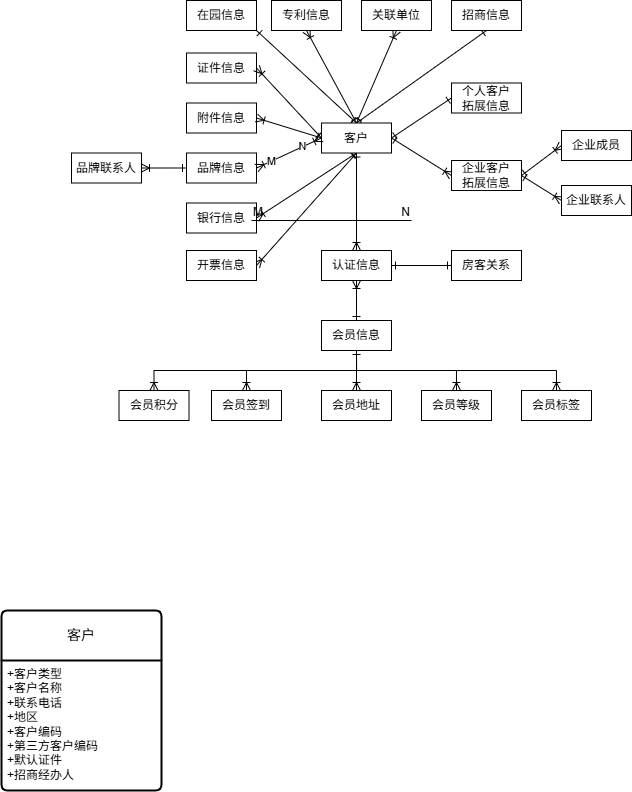
Earlier version of the draw.io export 云模方/v1.8客户关系.drawio.png (qilaohan/iodraw-files). Source tidied: cells renumbered, new cells last; positions are measured from the earlier drawing's top-left corner, leaving out a move shared by most shapes.
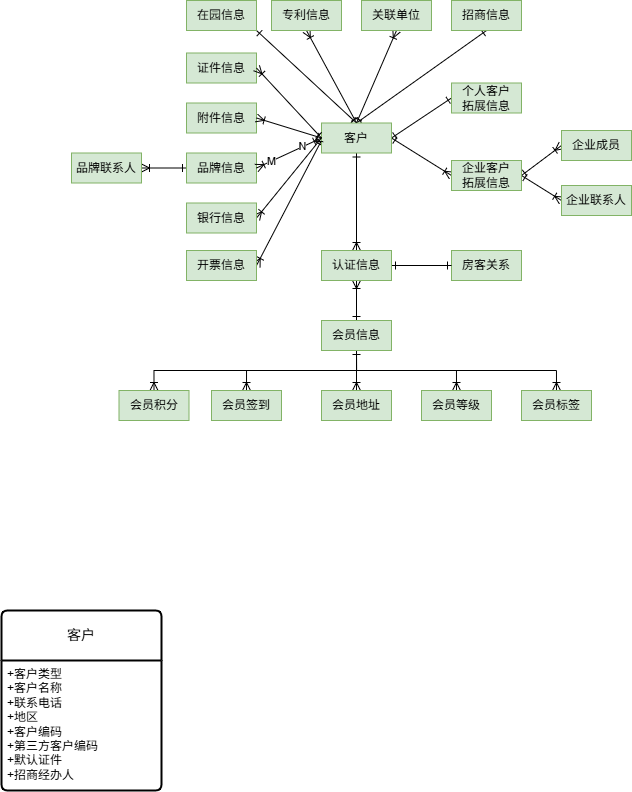
After the commit.

Commit message:
更新v1.8客户关系.drawio.png

Diff of the diagram source:
```diff
@@ -5,11 +5,13 @@
     <mxCell id="2" style="rounded=0;jettySize=auto;html=1;exitX=1;exitY=0.5;exitDx=0;exitDy=0;entryX=0;entryY=0.5;entryDx=0;entryDy=0;startArrow=ERone;startFill=0;endArrow=ERone;endFill=0;" parent="1" edge="1" source="10" target="11">
       <mxGeometry relative="1" as="geometry" />
     </mxCell>
-    <mxCell id="3" style="rounded=0;jettySize=auto;html=1;exitX=0.5;exitY=1;exitDx=0;exitDy=0;entryX=1;entryY=0.5;entryDx=0;entryDy=0;startArrow=ERone;startFill=0;endArrow=ERoneToMany;endFill=0;" parent="1" edge="1" source="10" target="27">
+    <mxCell id="3" style="rounded=0;jettySize=auto;html=1;entryX=1;entryY=0.5;entryDx=0;entryDy=0;startArrow=ERone;startFill=0;endArrow=ERoneToMany;endFill=0;exitX=0;exitY=0.5;exitDx=0;exitDy=0;" parent="1" edge="1" source="10" target="27">
       <mxGeometry relative="1" as="geometry" />
     </mxCell>
-    <mxCell id="4" style="rounded=0;jettySize=auto;html=1;exitX=0.5;exitY=1;exitDx=0;exitDy=0;entryX=1;entryY=0.5;entryDx=0;entryDy=0;startArrow=ERone;startFill=0;endArrow=ERoneToMany;endFill=0;" parent="1" edge="1" source="10" target="28">
-      <mxGeometry relative="1" as="geometry" />
+    <mxCell id="4" style="rounded=0;jettySize=auto;html=1;entryX=1;entryY=0.5;entryDx=0;entryDy=0;startArrow=ERone;startFill=0;endArrow=ERoneToMany;endFill=0;" parent="1" edge="1" target="28">
+      <mxGeometry relative="1" as="geometry">
+        <mxPoint x="320" y="140" as="sourcePoint" />
+      </mxGeometry>
     </mxCell>
     <mxCell id="5" style="rounded=0;jettySize=auto;html=1;exitX=0.5;exitY=0;exitDx=0;exitDy=0;entryX=1;entryY=1;entryDx=0;entryDy=0;startArrow=ERone;startFill=0;endArrow=ERone;endFill=0;" parent="1" edge="1" source="10" target="30">
       <mxGeometry relative="1" as="geometry" />
@@ -26,10 +28,10 @@
     <mxCell id="9" style="edgeStyle=orthogonalEdgeStyle;rounded=0;jettySize=auto;html=1;exitX=0.5;exitY=1;exitDx=0;exitDy=0;entryX=0.5;entryY=0;entryDx=0;entryDy=0;startArrow=ERone;startFill=0;endArrow=ERoneToMany;endFill=0;" parent="1" edge="1" source="10" target="49">
       <mxGeometry relative="1" as="geometry" />
     </mxCell>
-    <mxCell id="10" value="客户" style="whiteSpace=wrap;html=1;align=center;" parent="1" vertex="1">
+    <mxCell id="10" value="客户" style="whiteSpace=wrap;html=1;align=center;fillColor=#d5e8d4;strokeColor=#82b366;" parent="1" vertex="1">
       <mxGeometry x="320" y="122.5" width="70" height="30" as="geometry" />
     </mxCell>
-    <mxCell id="11" value="个人客户&lt;div&gt;拓展信息&lt;/div&gt;" style="whiteSpace=wrap;html=1;align=center;" parent="1" vertex="1">
+    <mxCell id="11" value="个人客户&lt;div&gt;拓展信息&lt;/div&gt;" style="whiteSpace=wrap;html=1;align=center;fillColor=#d5e8d4;strokeColor=#82b366;" parent="1" vertex="1">
       <mxGeometry x="450" y="82.5" width="70" height="30" as="geometry" />
     </mxCell>
     <mxCell id="12" style="rounded=0;jettySize=auto;html=1;exitX=1;exitY=0.5;exitDx=0;exitDy=0;entryX=0;entryY=0.5;entryDx=0;entryDy=0;startArrow=ERone;startFill=0;endArrow=ERoneToMany;endFill=0;" parent="1" edge="1" source="14" target="26">
@@ -38,19 +40,19 @@
     <mxCell id="13" style="rounded=0;jettySize=auto;html=1;exitX=1;exitY=0.5;exitDx=0;exitDy=0;entryX=0;entryY=0.5;entryDx=0;entryDy=0;startArrow=ERone;startFill=0;endArrow=ERoneToMany;endFill=0;" parent="1" edge="1" source="14" target="29">
       <mxGeometry relative="1" as="geometry" />
     </mxCell>
-    <mxCell id="14" value="企业客户&lt;div&gt;拓展信息&lt;/div&gt;" style="whiteSpace=wrap;html=1;align=center;" parent="1" vertex="1">
+    <mxCell id="14" value="企业客户&lt;div&gt;拓展信息&lt;/div&gt;" style="whiteSpace=wrap;html=1;align=center;fillColor=#d5e8d4;strokeColor=#82b366;" parent="1" vertex="1">
       <mxGeometry x="450" y="160" width="70" height="30" as="geometry" />
     </mxCell>
     <mxCell id="15" style="edgeStyle=orthogonalEdgeStyle;rounded=0;jettySize=auto;html=1;exitX=0;exitY=0.5;exitDx=0;exitDy=0;entryX=1;entryY=0.5;entryDx=0;entryDy=0;startArrow=ERone;startFill=0;endArrow=ERoneToMany;endFill=0;" parent="1" edge="1" source="16" target="33">
       <mxGeometry relative="1" as="geometry" />
     </mxCell>
-    <mxCell id="16" value="品牌信息" style="whiteSpace=wrap;html=1;align=center;" parent="1" vertex="1">
+    <mxCell id="16" value="品牌信息" style="whiteSpace=wrap;html=1;align=center;fillColor=#d5e8d4;strokeColor=#82b366;" parent="1" vertex="1">
       <mxGeometry x="185" y="152.5" width="70" height="30" as="geometry" />
     </mxCell>
-    <mxCell id="17" value="证件信息" style="whiteSpace=wrap;html=1;align=center;" parent="1" vertex="1">
+    <mxCell id="17" value="证件信息" style="whiteSpace=wrap;html=1;align=center;fillColor=#d5e8d4;strokeColor=#82b366;" parent="1" vertex="1">
       <mxGeometry x="185" y="52.5" width="70" height="30" as="geometry" />
     </mxCell>
-    <mxCell id="18" value="附件信息" style="whiteSpace=wrap;html=1;align=center;" parent="1" vertex="1">
+    <mxCell id="18" value="附件信息" style="whiteSpace=wrap;html=1;align=center;fillColor=#d5e8d4;strokeColor=#82b366;" parent="1" vertex="1">
       <mxGeometry x="185" y="102.5" width="70" height="30" as="geometry" />
     </mxCell>
     <mxCell id="19" value="客户" style="swimlane;horizontal=1;startSize=50;rounded=1;fontSize=14;fontStyle=0;strokeWidth=2;shadow=0;dashed=0;align=center;arcSize=4;whiteSpace=wrap;html=1;" parent="1" vertex="1">
@@ -76,37 +78,37 @@
     <mxCell id="25" value="M" style="edgeLabel;html=1;align=center;verticalAlign=middle;" parent="23" vertex="1">
       <mxGeometry x="0.57" relative="1" as="geometry" />
     </mxCell>
-    <mxCell id="26" value="企业成员" style="whiteSpace=wrap;html=1;align=center;" parent="1" vertex="1">
+    <mxCell id="26" value="企业成员" style="whiteSpace=wrap;html=1;align=center;fillColor=#d5e8d4;strokeColor=#82b366;" parent="1" vertex="1">
       <mxGeometry x="560" y="130" width="70" height="30" as="geometry" />
     </mxCell>
-    <mxCell id="27" value="银行信息" style="whiteSpace=wrap;html=1;align=center;" parent="1" vertex="1">
+    <mxCell id="27" value="银行信息" style="whiteSpace=wrap;html=1;align=center;fillColor=#d5e8d4;strokeColor=#82b366;" parent="1" vertex="1">
       <mxGeometry x="185" y="202.5" width="70" height="30" as="geometry" />
     </mxCell>
-    <mxCell id="28" value="开票信息" style="whiteSpace=wrap;html=1;align=center;" parent="1" vertex="1">
+    <mxCell id="28" value="开票信息" style="whiteSpace=wrap;html=1;align=center;fillColor=#d5e8d4;strokeColor=#82b366;" parent="1" vertex="1">
       <mxGeometry x="185" y="250" width="70" height="30" as="geometry" />
     </mxCell>
-    <mxCell id="29" value="企业联系人" style="whiteSpace=wrap;html=1;align=center;" parent="1" vertex="1">
+    <mxCell id="29" value="企业联系人" style="whiteSpace=wrap;html=1;align=center;fillColor=#d5e8d4;strokeColor=#82b366;" parent="1" vertex="1">
       <mxGeometry x="560" y="185" width="70" height="30" as="geometry" />
     </mxCell>
-    <mxCell id="30" value="在园信息" style="whiteSpace=wrap;html=1;align=center;" parent="1" vertex="1">
+    <mxCell id="30" value="在园信息" style="whiteSpace=wrap;html=1;align=center;fillColor=#d5e8d4;strokeColor=#82b366;" parent="1" vertex="1">
       <mxGeometry x="185" width="70" height="30" as="geometry" />
     </mxCell>
     <mxCell id="31" style="rounded=0;jettySize=auto;html=1;exitX=0.5;exitY=1;exitDx=0;exitDy=0;endArrow=ERone;endFill=0;startArrow=ERoneToMany;startFill=0;entryX=0.5;entryY=0;entryDx=0;entryDy=0;" parent="1" edge="1" source="32" target="10">
       <mxGeometry relative="1" as="geometry" />
     </mxCell>
-    <mxCell id="32" value="专利信息" style="whiteSpace=wrap;html=1;align=center;" parent="1" vertex="1">
+    <mxCell id="32" value="专利信息" style="whiteSpace=wrap;html=1;align=center;fillColor=#d5e8d4;strokeColor=#82b366;" parent="1" vertex="1">
       <mxGeometry x="270" width="70" height="30" as="geometry" />
     </mxCell>
-    <mxCell id="33" value="品牌联系人" style="whiteSpace=wrap;html=1;align=center;" parent="1" vertex="1">
+    <mxCell id="33" value="品牌联系人" style="whiteSpace=wrap;html=1;align=center;fillColor=#d5e8d4;strokeColor=#82b366;" parent="1" vertex="1">
       <mxGeometry x="70" y="152.5" width="70" height="30" as="geometry" />
     </mxCell>
-    <mxCell id="34" value="关联单位" style="whiteSpace=wrap;html=1;align=center;" parent="1" vertex="1">
+    <mxCell id="34" value="关联单位" style="whiteSpace=wrap;html=1;align=center;fillColor=#d5e8d4;strokeColor=#82b366;" parent="1" vertex="1">
       <mxGeometry x="360" width="70" height="30" as="geometry" />
     </mxCell>
-    <mxCell id="35" value="招商信息" style="whiteSpace=wrap;html=1;align=center;" parent="1" vertex="1">
+    <mxCell id="35" value="招商信息" style="whiteSpace=wrap;html=1;align=center;fillColor=#d5e8d4;strokeColor=#82b366;" parent="1" vertex="1">
       <mxGeometry x="450" width="70" height="30" as="geometry" />
     </mxCell>
-    <mxCell id="36" value="房客关系" style="whiteSpace=wrap;html=1;align=center;" parent="1" vertex="1">
+    <mxCell id="36" value="房客关系" style="whiteSpace=wrap;html=1;align=center;fillColor=#d5e8d4;strokeColor=#82b366;" parent="1" vertex="1">
       <mxGeometry x="450" y="250" width="70" height="30" as="geometry" />
     </mxCell>
     <mxCell id="37" style="rounded=0;jettySize=auto;html=1;exitX=0.5;exitY=0;exitDx=0;exitDy=0;entryX=0.5;entryY=1;entryDx=0;entryDy=0;startArrow=ERone;startFill=0;endArrow=ERoneToMany;endFill=0;" parent="1" edge="1" source="43" target="49">
@@ -127,41 +129,29 @@
     <mxCell id="42" style="edgeStyle=orthogonalEdgeStyle;rounded=0;jettySize=auto;html=1;exitX=0.5;exitY=1;exitDx=0;exitDy=0;entryX=0.5;entryY=0;entryDx=0;entryDy=0;endArrow=ERoneToMany;endFill=0;" parent="1" edge="1" source="43" target="50">
       <mxGeometry relative="1" as="geometry" />
     </mxCell>
-    <mxCell id="43" value="会员信息" style="whiteSpace=wrap;html=1;align=center;" parent="1" vertex="1">
+    <mxCell id="43" value="会员信息" style="whiteSpace=wrap;html=1;align=center;fillColor=#d5e8d4;strokeColor=#82b366;" parent="1" vertex="1">
       <mxGeometry x="320" y="320" width="70" height="30" as="geometry" />
     </mxCell>
-    <mxCell id="44" value="会员积分" style="whiteSpace=wrap;html=1;align=center;" parent="1" vertex="1">
+    <mxCell id="44" value="会员积分" style="whiteSpace=wrap;html=1;align=center;fillColor=#d5e8d4;strokeColor=#82b366;" parent="1" vertex="1">
       <mxGeometry x="117.5" y="390" width="70" height="30" as="geometry" />
     </mxCell>
-    <mxCell id="45" value="会员签到" style="whiteSpace=wrap;html=1;align=center;" parent="1" vertex="1">
+    <mxCell id="45" value="会员签到" style="whiteSpace=wrap;html=1;align=center;fillColor=#d5e8d4;strokeColor=#82b366;" parent="1" vertex="1">
       <mxGeometry x="210" y="390" width="70" height="30" as="geometry" />
     </mxCell>
-    <mxCell id="46" value="会员地址" style="whiteSpace=wrap;html=1;align=center;" parent="1" vertex="1">
+    <mxCell id="46" value="会员地址" style="whiteSpace=wrap;html=1;align=center;fillColor=#d5e8d4;strokeColor=#82b366;" parent="1" vertex="1">
       <mxGeometry x="320" y="390" width="70" height="30" as="geometry" />
     </mxCell>
-    <mxCell id="47" value="会员等级" style="whiteSpace=wrap;html=1;align=center;" parent="1" vertex="1">
+    <mxCell id="47" value="会员等级" style="whiteSpace=wrap;html=1;align=center;fillColor=#d5e8d4;strokeColor=#82b366;" parent="1" vertex="1">
       <mxGeometry x="420" y="390" width="70" height="30" as="geometry" />
     </mxCell>
     <mxCell id="48" style="edgeStyle=orthogonalEdgeStyle;rounded=0;jettySize=auto;html=1;exitX=1;exitY=0.5;exitDx=0;exitDy=0;entryX=0;entryY=0.5;entryDx=0;entryDy=0;startArrow=ERone;startFill=0;endArrow=ERone;endFill=0;" parent="1" edge="1" source="49" target="36">
       <mxGeometry relative="1" as="geometry" />
     </mxCell>
-    <mxCell id="49" value="认证信息" style="whiteSpace=wrap;html=1;align=center;" parent="1" vertex="1">
+    <mxCell id="49" value="认证信息" style="whiteSpace=wrap;html=1;align=center;fillColor=#d5e8d4;strokeColor=#82b366;" parent="1" vertex="1">
       <mxGeometry x="320" y="250" width="70" height="30" as="geometry" />
     </mxCell>
-    <mxCell id="50" value="会员标签" style="whiteSpace=wrap;html=1;align=center;" parent="1" vertex="1">
+    <mxCell id="50" value="会员标签" style="whiteSpace=wrap;html=1;align=center;fillColor=#d5e8d4;strokeColor=#82b366;" parent="1" vertex="1">
       <mxGeometry x="520" y="390" width="70" height="30" as="geometry" />
     </mxCell>
-    <mxCell id="51" style="endArrow=none;html=1;rounded=0;" parent="1" edge="1">
-      <mxGeometry relative="1" as="geometry">
-        <mxPoint x="250" y="220" as="sourcePoint" />
-        <mxPoint x="410" y="220" as="targetPoint" />
-      </mxGeometry>
-    </mxCell>
-    <mxCell id="52" value="M" style="html=1;whiteSpace=wrap;align=left;verticalAlign=bottom;" parent="51" vertex="1">
-      <mxGeometry x="-1" relative="1" as="geometry" />
-    </mxCell>
-    <mxCell id="53" value="N" style="html=1;whiteSpace=wrap;align=right;verticalAlign=bottom;" parent="51" vertex="1">
-      <mxGeometry x="1" relative="1" as="geometry" />
-    </mxCell>
   </root>
 </mxGraphModel>
```
